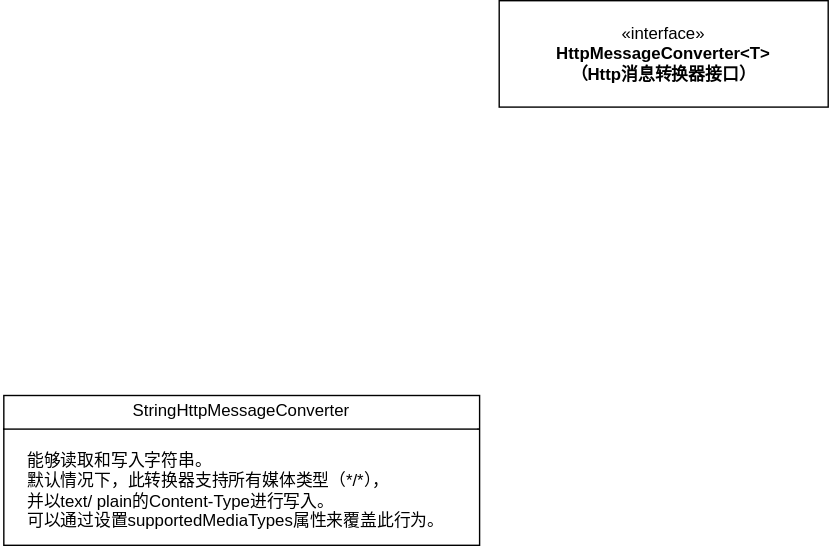
luguosong/images keeps this draw.io diagram as diagrams/java_serve/web_application/mvc/MVC消息转换器.svg. Above is the earlier version. Source tidied: cells renumbered, new cells last; positions are measured from the earlier drawing's top-left corner, leaving out a move shared by most shapes. Source of this version:
```xml
<mxGraphModel>
  <root>
    <mxCell id="0" />
    <mxCell id="1" parent="0" />
    <mxCell id="2" value="«interface»&lt;br&gt;&lt;b&gt;HttpMessageConverter&amp;lt;T&amp;gt;&lt;br&gt;（Http消息转换器接口）&lt;/b&gt;" style="html=1;whiteSpace=wrap;" parent="1" vertex="1">
      <mxGeometry x="356" width="235" height="76" as="geometry" />
    </mxCell>
    <mxCell id="3" style="group;" parent="1" vertex="1">
      <mxGeometry y="282" width="342" height="107" as="geometry" />
    </mxCell>
    <mxCell id="4" value="&lt;p style=&quot;margin:0px;margin-top:4px;text-align:center;&quot;&gt;StringHttpMessageConverter&lt;br&gt;&lt;/p&gt;&lt;hr size=&quot;1&quot; style=&quot;border-style:solid;&quot;&gt;&lt;div style=&quot;height:2px;&quot;&gt;&lt;/div&gt;" style="verticalAlign=top;align=left;overflow=fill;html=1;whiteSpace=wrap;" parent="3" vertex="1">
      <mxGeometry x="2.2" width="339.8" height="107" as="geometry" />
    </mxCell>
    <mxCell id="5" value="&lt;div&gt;能够读取和写入字符串。&lt;/div&gt;&lt;div&gt;默认情况下，此转换器支持所有媒体类型（*/*），&lt;br&gt;并以text/ plain的Content-Type进行写入。&lt;br&gt;可以通过设置supportedMediaTypes属性来覆盖此行为。&lt;/div&gt;" style="text;html=1;align=left;verticalAlign=middle;strokeColor=none;fillColor=none;" parent="3" vertex="1">
      <mxGeometry x="16.7" y="33" width="316" height="70" as="geometry" />
    </mxCell>
  </root>
</mxGraphModel>
```
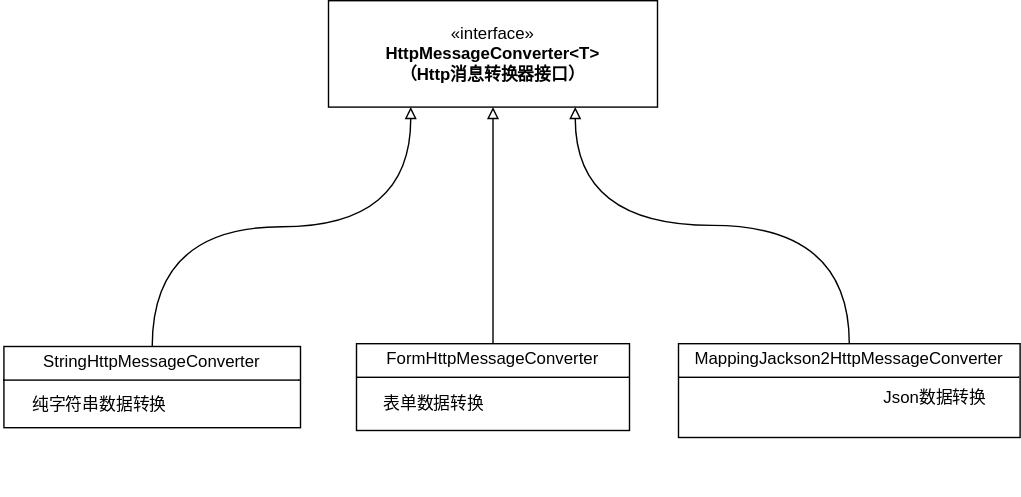
Above is the later version.

Commit message:
更新MVC消息转换器.svg

Change to the diagram source:
```diff
@@ -6,13 +6,40 @@
       <mxGeometry x="356" width="235" height="76" as="geometry" />
     </mxCell>
     <mxCell id="3" style="group;" parent="1" vertex="1">
-      <mxGeometry y="282" width="342" height="107" as="geometry" />
+      <mxGeometry x="122" y="247" width="342" height="107" as="geometry" />
     </mxCell>
+    <mxCell id="6" style="group;" parent="3" vertex="1">
+      <mxGeometry x="2.2" width="211.8" height="58" as="geometry" />
+    </mxCell>
-    <mxCell id="4" value="&lt;p style=&quot;margin:0px;margin-top:4px;text-align:center;&quot;&gt;StringHttpMessageConverter&lt;br&gt;&lt;/p&gt;&lt;hr size=&quot;1&quot; style=&quot;border-style:solid;&quot;&gt;&lt;div style=&quot;height:2px;&quot;&gt;&lt;/div&gt;" style="verticalAlign=top;align=left;overflow=fill;html=1;whiteSpace=wrap;" parent="3" vertex="1">
-      <mxGeometry x="2.2" width="339.8" height="107" as="geometry" />
+    <mxCell id="4" value="&lt;p style=&quot;margin:0px;margin-top:4px;text-align:center;&quot;&gt;StringHttpMessageConverter&lt;br&gt;&lt;/p&gt;&lt;hr size=&quot;1&quot; style=&quot;border-style:solid;&quot;&gt;&lt;div style=&quot;height:2px;&quot;&gt;&lt;/div&gt;" style="verticalAlign=top;align=left;overflow=fill;html=1;whiteSpace=wrap;" parent="6" vertex="1">
+      <mxGeometry width="211.8" height="58" as="geometry" />
     </mxCell>
-    <mxCell id="5" value="&lt;div&gt;能够读取和写入字符串。&lt;/div&gt;&lt;div&gt;默认情况下，此转换器支持所有媒体类型（*/*），&lt;br&gt;并以text/ plain的Content-Type进行写入。&lt;br&gt;可以通过设置supportedMediaTypes属性来覆盖此行为。&lt;/div&gt;" style="text;html=1;align=left;verticalAlign=middle;strokeColor=none;fillColor=none;" parent="3" vertex="1">
-      <mxGeometry x="16.7" y="33" width="316" height="70" as="geometry" />
-    </mxCell>
+    <mxCell id="7" value="&lt;span style=&quot;text-align: left;&quot;&gt;纯字符串数据转换&lt;/span&gt;" style="text;html=1;align=center;verticalAlign=middle;strokeColor=none;fillColor=none;" parent="6" vertex="1">
+      <mxGeometry x="10.8" y="29" width="114" height="26" as="geometry" />
+    </mxCell>
+    <mxCell id="8" style="edgeStyle=orthogonalEdgeStyle;curved=1;rounded=0;jettySize=auto;html=1;exitX=0.5;exitY=0;exitDx=0;exitDy=0;entryX=0.25;entryY=1;entryDx=0;entryDy=0;endArrow=block;endFill=0;" parent="1" edge="1" source="4" target="2">
+      <mxGeometry relative="1" as="geometry" />
+    </mxCell>
+    <mxCell id="9" style="edgeStyle=orthogonalEdgeStyle;curved=1;rounded=0;jettySize=auto;html=1;exitX=0.5;exitY=0;exitDx=0;exitDy=0;entryX=0.75;entryY=1;entryDx=0;entryDy=0;endArrow=block;endFill=0;" parent="1" edge="1" source="10" target="2">
+      <mxGeometry relative="1" as="geometry" />
+    </mxCell>
+    <mxCell id="10" value="&lt;p style=&quot;margin:0px;margin-top:4px;text-align:center;&quot;&gt;MappingJackson2HttpMessageConverter&lt;br&gt;&lt;/p&gt;&lt;hr size=&quot;1&quot; style=&quot;border-style:solid;&quot;&gt;&lt;div style=&quot;height:2px;&quot;&gt;&lt;/div&gt;" style="verticalAlign=top;align=left;overflow=fill;html=1;whiteSpace=wrap;" parent="1" vertex="1">
+      <mxGeometry x="606" y="245" width="244" height="67" as="geometry" />
+    </mxCell>
+    <mxCell id="11" style="group;" parent="1" vertex="1">
+      <mxGeometry x="376" y="245" width="195" height="62" as="geometry" />
+    </mxCell>
+    <mxCell id="12" value="&lt;p style=&quot;margin:0px;margin-top:4px;text-align:center;&quot;&gt;FormHttpMessageConverter&lt;br&gt;&lt;/p&gt;&lt;hr size=&quot;1&quot; style=&quot;border-style:solid;&quot;&gt;&lt;div style=&quot;height:2px;&quot;&gt;&lt;/div&gt;" style="verticalAlign=top;align=left;overflow=fill;html=1;whiteSpace=wrap;" parent="11" vertex="1">
+      <mxGeometry width="195" height="62" as="geometry" />
+    </mxCell>
+    <mxCell id="13" value="表单数据转换" style="text;html=1;align=center;verticalAlign=middle;strokeColor=none;fillColor=none;" parent="11" vertex="1">
+      <mxGeometry x="10" y="30" width="90" height="26" as="geometry" />
+    </mxCell>
+    <mxCell id="14" value="Json数据转换" style="text;html=1;align=center;verticalAlign=middle;strokeColor=none;fillColor=none;" parent="1" vertex="1">
+      <mxGeometry x="743" y="271" width="91" height="26" as="geometry" />
+    </mxCell>
+    <mxCell id="15" style="edgeStyle=orthogonalEdgeStyle;curved=1;rounded=0;jettySize=auto;html=1;exitX=0.5;exitY=0;exitDx=0;exitDy=0;entryX=0.5;entryY=1;entryDx=0;entryDy=0;endArrow=block;endFill=0;" parent="1" edge="1" source="12" target="2">
+      <mxGeometry relative="1" as="geometry" />
+    </mxCell>
   </root>
 </mxGraphModel>
```
